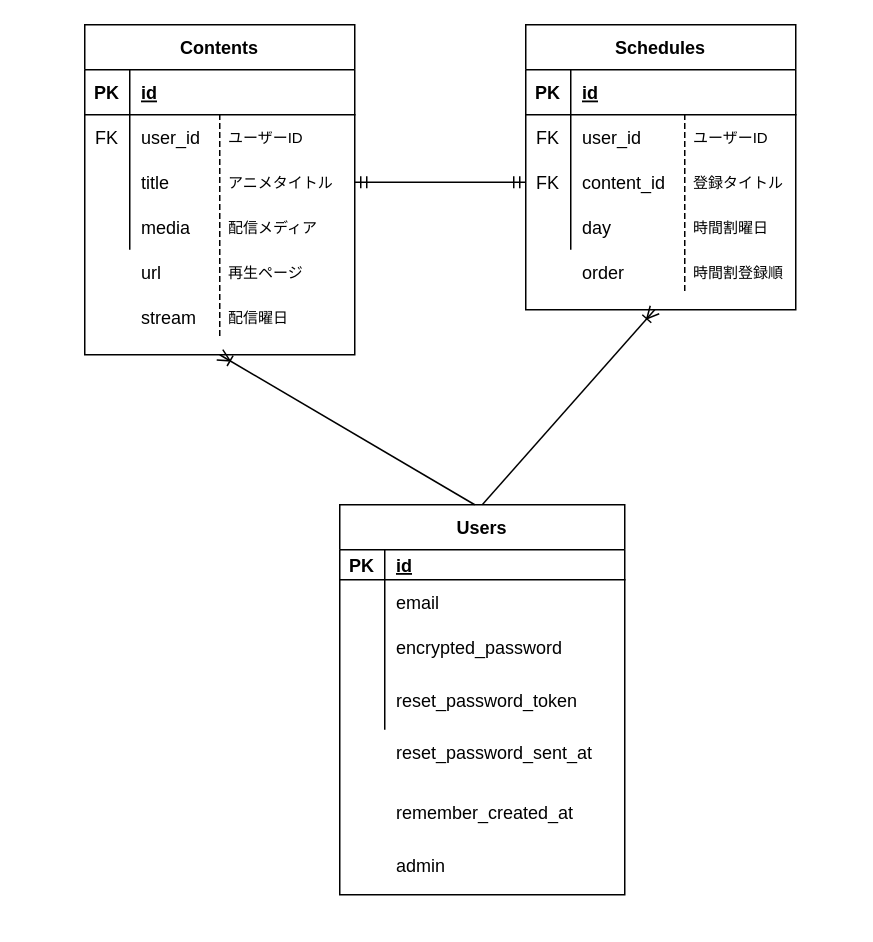
inoway46/subani keeps this draw.io diagram as erd.dio. Above is the earlier version. Source tidied: cells renumbered, new cells numbered last; positions are measured from the earlier drawing's top-left corner, leaving out a move shared by most shapes. Both pictures are drawn from the tidied source at 150%, with x=0, y=0 at pixel (84, 24).
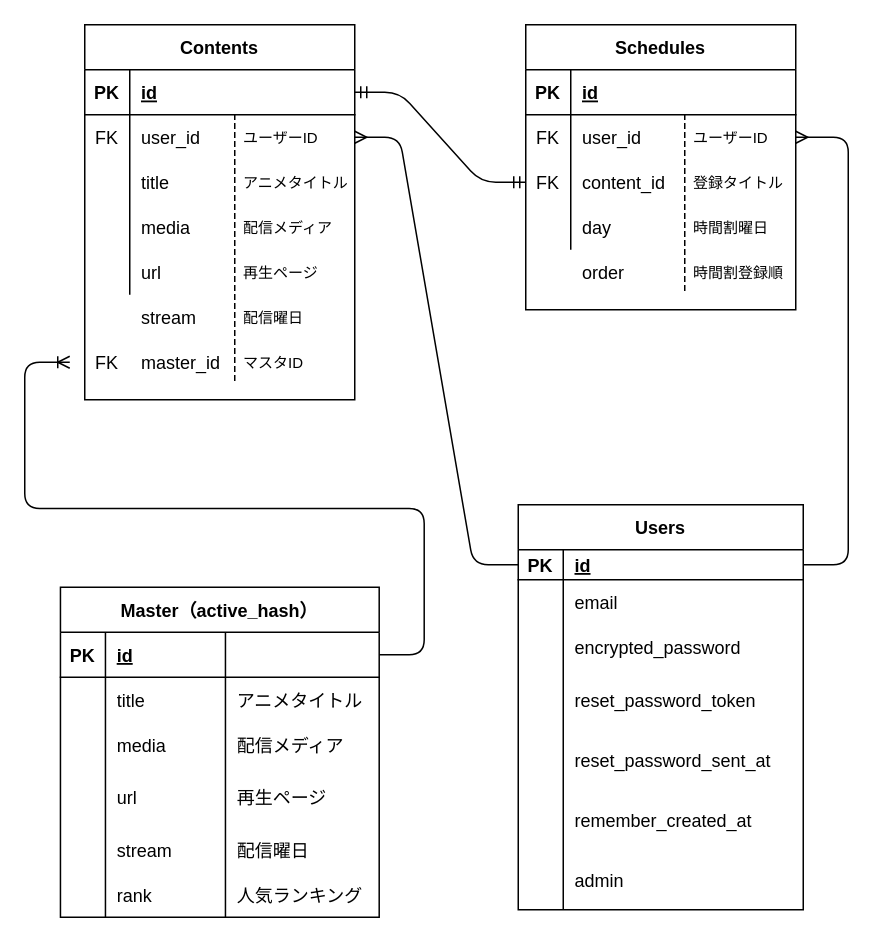
The same page after the edit.

Commit message:
ER図にactive_hashの情報を追加

The change refers to these unchanged cells:
```xml
<mxCell id="3" style="shape=partialRectangle;fillColor=none;top=0;left=0;bottom=1;right=0;points=[[0,0.5],[1,0.5]];portConstraint=eastwest;" parent="2" vertex="1">
  <mxGeometry y="30" width="180" height="30" as="geometry" />
</mxCell>
<mxCell id="6" style="shape=partialRectangle;fillColor=none;top=0;left=0;bottom=0;right=0;points=[[0,0.5],[1,0.5]];portConstraint=eastwest;" parent="2" vertex="1">
  <mxGeometry y="60" width="180" height="30" as="geometry" />
</mxCell>
<mxCell id="9" style="shape=partialRectangle;fillColor=none;top=0;left=0;bottom=0;right=0;points=[[0,0.5],[1,0.5]];portConstraint=eastwest;" parent="2" vertex="1">
  <mxGeometry y="90" width="180" height="30" as="geometry" />
</mxCell>
<mxCell id="16" style="shape=partialRectangle;fillColor=none;top=0;left=0;bottom=1;right=0;points=[[0,0.5],[1,0.5]];portConstraint=eastwest;" parent="15" vertex="1">
  <mxGeometry y="30" width="190" height="20" as="geometry" />
</mxCell>
<mxCell id="32" style="shape=partialRectangle;fillColor=none;top=0;left=0;bottom=0;right=0;points=[[0,0.5],[1,0.5]];portConstraint=eastwest;" parent="28" vertex="1">
  <mxGeometry y="60" width="180" height="30" as="geometry" />
</mxCell>
<mxCell id="35" style="shape=partialRectangle;fillColor=none;top=0;left=0;bottom=0;right=0;points=[[0,0.5],[1,0.5]];portConstraint=eastwest;" parent="28" vertex="1">
  <mxGeometry y="90" width="180" height="30" as="geometry" />
</mxCell>
```

What changed in the source:
```diff
@@
     <mxCell id="2" value="Contents" style="shape=table;startSize=30;childLayout=tableLayout;rowLines=0;fontStyle=1;align=center;" parent="1" vertex="1">
-      <mxGeometry width="180" height="220" as="geometry" />
+      <mxGeometry width="180" height="250" as="geometry" />
     </mxCell>
@@
+    <mxCell id="68" style="shape=partialRectangle;fillColor=none;top=0;left=0;bottom=0;right=0;" parent="2" vertex="1">
+      <mxGeometry y="150" width="180" height="30" as="geometry" />
+    </mxCell>
+    <mxCell id="69" style="shape=partialRectangle;fillColor=none;top=0;left=0;bottom=0;right=0;overflow=hidden;" parent="68" vertex="1">
+      <mxGeometry width="30" height="30" as="geometry" />
+    </mxCell>
+    <mxCell id="70" style="shape=partialRectangle;fillColor=none;top=0;left=0;bottom=0;right=0;align=left;spacingLeft=6;overflow=hidden;" parent="68" vertex="1">
+      <mxGeometry x="30" width="150" height="30" as="geometry" />
+    </mxCell>
     <mxCell id="15" value="Users" style="shape=table;startSize=30;childLayout=tableLayout;rowLines=0;fontStyle=1;align=center;" parent="1" vertex="1">
-      <mxGeometry x="170" y="320" width="190" height="260" as="geometry" />
+      <mxGeometry x="289" y="320" width="190" height="270" as="geometry" />
     </mxCell>
@@
+    <mxCell id="71" style="shape=partialRectangle;fillColor=none;top=0;left=0;bottom=0;right=0;" parent="15" vertex="1">
+      <mxGeometry y="150" width="190" height="40" as="geometry" />
+    </mxCell>
+    <mxCell id="72" style="shape=partialRectangle;fillColor=none;top=0;left=0;bottom=0;right=0;overflow=hidden;" parent="71" vertex="1">
+      <mxGeometry width="30" height="40" as="geometry" />
+    </mxCell>
+    <mxCell id="44" value="reset_password_sent_at" style="shape=partialRectangle;fillColor=none;top=0;left=0;bottom=0;right=0;align=left;spacingLeft=6;overflow=hidden;" parent="71" vertex="1">
+      <mxGeometry x="30" width="160" height="40" as="geometry" />
+    </mxCell>
+    <mxCell id="73" style="shape=partialRectangle;fillColor=none;top=0;left=0;bottom=0;right=0;" parent="15" vertex="1">
+      <mxGeometry y="190" width="190" height="40" as="geometry" />
+    </mxCell>
+    <mxCell id="74" style="shape=partialRectangle;fillColor=none;top=0;left=0;bottom=0;right=0;overflow=hidden;" parent="73" vertex="1">
+      <mxGeometry width="30" height="40" as="geometry" />
+    </mxCell>
+    <mxCell id="45" value="remember_created_at" style="shape=partialRectangle;fillColor=none;top=0;left=0;bottom=0;right=0;align=left;spacingLeft=6;overflow=hidden;" parent="73" vertex="1">
+      <mxGeometry x="30" width="160" height="40" as="geometry" />
+    </mxCell>
+    <mxCell id="75" style="shape=partialRectangle;fillColor=none;top=0;left=0;bottom=0;right=0;" parent="15" vertex="1">
+      <mxGeometry y="230" width="190" height="40" as="geometry" />
+    </mxCell>
+    <mxCell id="76" style="shape=partialRectangle;fillColor=none;top=0;left=0;bottom=0;right=0;overflow=hidden;" parent="75" vertex="1">
+      <mxGeometry width="30" height="40" as="geometry" />
+    </mxCell>
+    <mxCell id="46" value="admin" style="shape=partialRectangle;fillColor=none;top=0;left=0;bottom=0;right=0;align=left;spacingLeft=6;overflow=hidden;" parent="75" vertex="1">
+      <mxGeometry x="30" width="160" height="40" as="geometry" />
+    </mxCell>
@@
-    <mxCell id="44" value="reset_password_sent_at" style="shape=partialRectangle;fillColor=none;top=0;left=0;bottom=0;right=0;align=left;spacingLeft=6;overflow=hidden;" parent="1" vertex="1">
-      <mxGeometry x="200" y="465" width="150" height="40" as="geometry" />
-    </mxCell>
-    <mxCell id="45" value="remember_created_at" style="shape=partialRectangle;fillColor=none;top=0;left=0;bottom=0;right=0;align=left;spacingLeft=6;overflow=hidden;" parent="1" vertex="1">
-      <mxGeometry x="200" y="505" width="150" height="40" as="geometry" />
-    </mxCell>
-    <mxCell id="46" value="admin" style="shape=partialRectangle;fillColor=none;top=0;left=0;bottom=0;right=0;align=left;spacingLeft=6;overflow=hidden;" parent="1" vertex="1">
-      <mxGeometry x="200" y="540" width="150" height="40" as="geometry" />
-    </mxCell>
-    <mxCell id="47" style="edgeStyle=entityRelationEdgeStyle;fontSize=12;html=1;endArrow=ERmandOne;startArrow=ERmandOne;entryX=0;entryY=0.5;entryDx=0;entryDy=0;exitX=1;exitY=0.5;exitDx=0;exitDy=0;" parent="1" edge="1" source="9" target="35">
+    <mxCell id="47" style="edgeStyle=entityRelationEdgeStyle;fontSize=12;html=1;endArrow=ERmandOne;startArrow=ERmandOne;entryX=0;entryY=0.5;entryDx=0;entryDy=0;exitX=1;exitY=0.5;exitDx=0;exitDy=0;" parent="1" edge="1" source="3" target="35">
       <mxGeometry relative="1" as="geometry" />
     </mxCell>
-    <mxCell id="48" style="fontSize=12;html=1;endArrow=ERoneToMany;exitX=0.5;exitY=0;exitDx=0;exitDy=0;" parent="1" edge="1" source="15">
-      <mxGeometry relative="1" as="geometry">
-        <mxPoint x="380" y="190" as="targetPoint" />
-      </mxGeometry>
-    </mxCell>
-    <mxCell id="49" style="fontSize=12;html=1;endArrow=ERoneToMany;entryX=0.5;entryY=1;entryDx=0;entryDy=0;" parent="1" edge="1" target="2">
-      <mxGeometry relative="1" as="geometry">
-        <mxPoint x="260" y="320" as="sourcePoint" />
-      </mxGeometry>
-    </mxCell>
     <mxCell id="50" value="ユーザーID" style="shape=partialRectangle;fillColor=none;align=left;verticalAlign=middle;strokeColor=none;spacingLeft=34;fontSize=10;" parent="1" vertex="1">
-      <mxGeometry x="60" y="60" width="90" height="30" as="geometry" />
+      <mxGeometry x="70" y="60" width="90" height="30" as="geometry" />
     </mxCell>
@@
     <mxCell id="52" value="アニメタイトル" style="shape=partialRectangle;fillColor=none;align=left;verticalAlign=middle;strokeColor=none;spacingLeft=34;fontSize=10;" parent="1" vertex="1">
-      <mxGeometry x="60" y="90" width="90" height="30" as="geometry" />
+      <mxGeometry x="70" y="90" width="90" height="30" as="geometry" />
     </mxCell>
@@
     <mxCell id="54" value="配信メディア" style="shape=partialRectangle;fillColor=none;align=left;verticalAlign=middle;strokeColor=none;spacingLeft=34;fontSize=10;" parent="1" vertex="1">
-      <mxGeometry x="60" y="120" width="90" height="30" as="geometry" />
+      <mxGeometry x="70" y="120" width="90" height="30" as="geometry" />
     </mxCell>
@@
     <mxCell id="56" value="再生ページ" style="shape=partialRectangle;fillColor=none;align=left;verticalAlign=middle;strokeColor=none;spacingLeft=34;fontSize=10;" parent="1" vertex="1">
-      <mxGeometry x="60" y="150" width="90" height="30" as="geometry" />
+      <mxGeometry x="70" y="150" width="90" height="30" as="geometry" />
     </mxCell>
@@
     <mxCell id="58" value="配信曜日" style="shape=partialRectangle;fillColor=none;align=left;verticalAlign=middle;strokeColor=none;spacingLeft=34;fontSize=10;" parent="1" vertex="1">
-      <mxGeometry x="60" y="180" width="90" height="30" as="geometry" />
+      <mxGeometry x="70" y="180" width="90" height="30" as="geometry" />
     </mxCell>
@@
+    <mxCell id="77" value="master_id" style="shape=partialRectangle;fillColor=none;top=0;left=0;bottom=0;right=0;align=left;spacingLeft=6;overflow=hidden;" parent="1" vertex="1">
+      <mxGeometry x="30" y="210" width="150" height="30" as="geometry" />
+    </mxCell>
+    <mxCell id="78" value="マスタID" style="shape=partialRectangle;fillColor=none;align=left;verticalAlign=middle;strokeColor=none;spacingLeft=34;fontSize=10;" parent="1" vertex="1">
+      <mxGeometry x="70" y="210" width="90" height="30" as="geometry" />
+    </mxCell>
+    <mxCell id="79" style="shape=partialRectangle;top=0;left=0;bottom=0;fillColor=none;stokeWidth=1;dashed=1;align=left;verticalAlign=middle;spacingLeft=4;spacingRight=4;overflow=hidden;" parent="78" vertex="1">
+      <mxGeometry width="30" height="30" as="geometry" />
+    </mxCell>
+    <mxCell id="80" value="Master（active_hash）" style="shape=table;startSize=30;childLayout=tableLayout;rowLines=0;fontStyle=1;align=center;" parent="1" vertex="1">
+      <mxGeometry x="-16.2" y="375" width="212.5" height="220" as="geometry" />
+    </mxCell>
+    <mxCell id="81" style="shape=partialRectangle;fillColor=none;top=0;left=0;bottom=1;right=0;points=[[0,0.5],[1,0.5]];portConstraint=eastwest;" parent="80" vertex="1">
+      <mxGeometry y="30" width="212.5" height="30" as="geometry" />
+    </mxCell>
+    <mxCell id="82" value="PK" style="shape=partialRectangle;fillColor=none;top=0;left=0;bottom=0;right=0;fontStyle=1;overflow=hidden;" parent="81" vertex="1">
+      <mxGeometry width="30" height="30" as="geometry" />
+    </mxCell>
+    <mxCell id="83" value="id" style="shape=partialRectangle;fillColor=none;top=0;left=0;bottom=0;right=0;align=left;spacingLeft=6;fontStyle=5;overflow=hidden;" parent="81" vertex="1">
+      <mxGeometry x="30" width="80" height="30" as="geometry" />
+    </mxCell>
+    <mxCell id="84" style="shape=partialRectangle;fillColor=none;top=0;left=0;bottom=0;right=0;align=left;spacingLeft=6;fontStyle=5;overflow=hidden;" parent="81" vertex="1">
+      <mxGeometry x="110" width="102.5" height="30" as="geometry" />
+    </mxCell>
+    <mxCell id="85" style="shape=partialRectangle;fillColor=none;top=0;left=0;bottom=0;right=0;" parent="80" vertex="1">
+      <mxGeometry y="60" width="212.5" height="30" as="geometry" />
+    </mxCell>
+    <mxCell id="86" style="shape=partialRectangle;fillColor=none;top=0;left=0;bottom=0;right=0;overflow=hidden;" parent="85" vertex="1">
+      <mxGeometry width="30" height="30" as="geometry" />
+    </mxCell>
+    <mxCell id="87" value="title" style="shape=partialRectangle;fillColor=none;top=0;left=0;bottom=0;right=0;align=left;spacingLeft=6;overflow=hidden;" parent="85" vertex="1">
+      <mxGeometry x="30" width="80" height="30" as="geometry" />
+    </mxCell>
+    <mxCell id="88" value="アニメタイトル" style="shape=partialRectangle;fillColor=none;top=0;left=0;bottom=0;right=0;align=left;spacingLeft=6;overflow=hidden;fontSize=12;" parent="85" vertex="1">
+      <mxGeometry x="110" width="102.5" height="30" as="geometry" />
+    </mxCell>
+    <mxCell id="89" style="shape=partialRectangle;fillColor=none;top=0;left=0;bottom=0;right=0;" parent="80" vertex="1">
+      <mxGeometry y="90" width="212.5" height="30" as="geometry" />
+    </mxCell>
+    <mxCell id="90" style="shape=partialRectangle;fillColor=none;top=0;left=0;bottom=0;right=0;overflow=hidden;" parent="89" vertex="1">
+      <mxGeometry width="30" height="30" as="geometry" />
+    </mxCell>
+    <mxCell id="91" value="media" style="shape=partialRectangle;fillColor=none;top=0;left=0;bottom=0;right=0;align=left;spacingLeft=6;overflow=hidden;" parent="89" vertex="1">
+      <mxGeometry x="30" width="80" height="30" as="geometry" />
+    </mxCell>
+    <mxCell id="92" value="配信メディア" style="shape=partialRectangle;fillColor=none;top=0;left=0;bottom=0;right=0;align=left;spacingLeft=6;overflow=hidden;" parent="89" vertex="1">
+      <mxGeometry x="110" width="102.5" height="30" as="geometry" />
+    </mxCell>
+    <mxCell id="93" style="shape=partialRectangle;fillColor=none;top=0;left=0;bottom=0;right=0;" parent="80" vertex="1">
+      <mxGeometry y="120" width="212.5" height="40" as="geometry" />
+    </mxCell>
+    <mxCell id="94" style="shape=partialRectangle;fillColor=none;top=0;left=0;bottom=0;right=0;overflow=hidden;" parent="93" vertex="1">
+      <mxGeometry width="30" height="40" as="geometry" />
+    </mxCell>
+    <mxCell id="95" value="url" style="shape=partialRectangle;fillColor=none;top=0;left=0;bottom=0;right=0;align=left;spacingLeft=6;overflow=hidden;" parent="93" vertex="1">
+      <mxGeometry x="30" width="80" height="40" as="geometry" />
+    </mxCell>
+    <mxCell id="96" value="再生ページ" style="shape=partialRectangle;fillColor=none;top=0;left=0;bottom=0;right=0;align=left;spacingLeft=6;overflow=hidden;" parent="93" vertex="1">
+      <mxGeometry x="110" width="102.5" height="40" as="geometry" />
+    </mxCell>
+    <mxCell id="97" style="shape=partialRectangle;fillColor=none;top=0;left=0;bottom=0;right=0;" parent="80" vertex="1">
+      <mxGeometry y="160" width="212.5" height="30" as="geometry" />
+    </mxCell>
+    <mxCell id="98" style="shape=partialRectangle;fillColor=none;top=0;left=0;bottom=0;right=0;overflow=hidden;" parent="97" vertex="1">
+      <mxGeometry width="30" height="30" as="geometry" />
+    </mxCell>
+    <mxCell id="99" value="stream" style="shape=partialRectangle;fillColor=none;top=0;left=0;bottom=0;right=0;align=left;spacingLeft=6;overflow=hidden;" parent="97" vertex="1">
+      <mxGeometry x="30" width="80" height="30" as="geometry" />
+    </mxCell>
+    <mxCell id="100" value="配信曜日" style="shape=partialRectangle;fillColor=none;top=0;left=0;bottom=0;right=0;align=left;spacingLeft=6;overflow=hidden;" parent="97" vertex="1">
+      <mxGeometry x="110" width="102.5" height="30" as="geometry" />
+    </mxCell>
+    <mxCell id="101" style="shape=partialRectangle;fillColor=none;top=0;left=0;bottom=0;right=0;" parent="80" vertex="1">
+      <mxGeometry y="190" width="212.5" height="30" as="geometry" />
+    </mxCell>
+    <mxCell id="102" style="shape=partialRectangle;fillColor=none;top=0;left=0;bottom=0;right=0;overflow=hidden;" parent="101" vertex="1">
+      <mxGeometry width="30" height="30" as="geometry" />
+    </mxCell>
+    <mxCell id="103" value="rank" style="shape=partialRectangle;fillColor=none;top=0;left=0;bottom=0;right=0;align=left;spacingLeft=6;overflow=hidden;" parent="101" vertex="1">
+      <mxGeometry x="30" width="80" height="30" as="geometry" />
+    </mxCell>
+    <mxCell id="104" value="人気ランキング" style="shape=partialRectangle;fillColor=none;top=0;left=0;bottom=0;right=0;align=left;spacingLeft=6;overflow=hidden;" parent="101" vertex="1">
+      <mxGeometry x="110" width="102.5" height="30" as="geometry" />
+    </mxCell>
+    <mxCell id="105" value="FK" style="shape=partialRectangle;fillColor=none;top=0;left=0;bottom=0;right=0;overflow=hidden;" parent="1" vertex="1">
+      <mxGeometry y="210" width="30" height="30" as="geometry" />
+    </mxCell>
+    <mxCell id="106" style="edgeStyle=entityRelationEdgeStyle;fontSize=12;html=1;endArrow=ERoneToMany;exitX=1;exitY=0.5;exitDx=0;exitDy=0;" parent="1" edge="1" source="81">
+      <mxGeometry relative="1" as="geometry">
+        <mxPoint x="-10" y="225" as="targetPoint" />
+      </mxGeometry>
+    </mxCell>
+    <mxCell id="107" style="edgeStyle=entityRelationEdgeStyle;fontSize=12;html=1;endArrow=ERmany;entryX=1;entryY=0.5;entryDx=0;entryDy=0;" parent="1" edge="1" target="32">
+      <mxGeometry relative="1" as="geometry">
+        <mxPoint x="479" y="360" as="sourcePoint" />
+      </mxGeometry>
+    </mxCell>
+    <mxCell id="108" style="edgeStyle=entityRelationEdgeStyle;fontSize=12;html=1;endArrow=ERmany;exitX=0;exitY=0.5;exitDx=0;exitDy=0;entryX=1;entryY=0.5;entryDx=0;entryDy=0;" parent="1" edge="1" source="16" target="6">
+      <mxGeometry relative="1" as="geometry" />
+    </mxCell>
```
